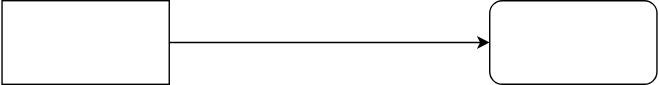
The draw.io diagram Untitled Diagram.svg in sierrasinghtango/newproj, before a commit. Source tidied: cells renumbered, new cells last; positions are measured from the earlier drawing's top-left corner, leaving out a move shared by most shapes.
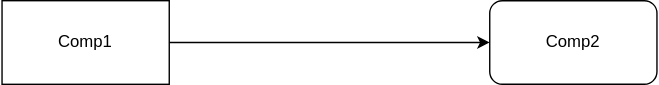
Above is the later version.

The edit, as a diff of the source:
```diff
@@ -5,10 +5,10 @@
     <mxCell id="2" style="edgeStyle=orthogonalEdgeStyle;rounded=0;jettySize=auto;html=1;entryX=0;entryY=0.5;entryDx=0;entryDy=0;" parent="1" edge="1" source="3" target="4">
       <mxGeometry relative="1" as="geometry" />
     </mxCell>
-    <mxCell id="3" style="rounded=0;whiteSpace=wrap;html=1;" parent="1" vertex="1">
+    <mxCell id="3" value="Comp1" style="rounded=0;whiteSpace=wrap;html=1;" parent="1" vertex="1">
       <mxGeometry width="120" height="60" as="geometry" />
     </mxCell>
-    <mxCell id="4" style="rounded=1;whiteSpace=wrap;html=1;" parent="1" vertex="1">
+    <mxCell id="4" value="Comp2" style="rounded=1;whiteSpace=wrap;html=1;" parent="1" vertex="1">
       <mxGeometry x="350" width="120" height="60" as="geometry" />
     </mxCell>
   </root>
```
